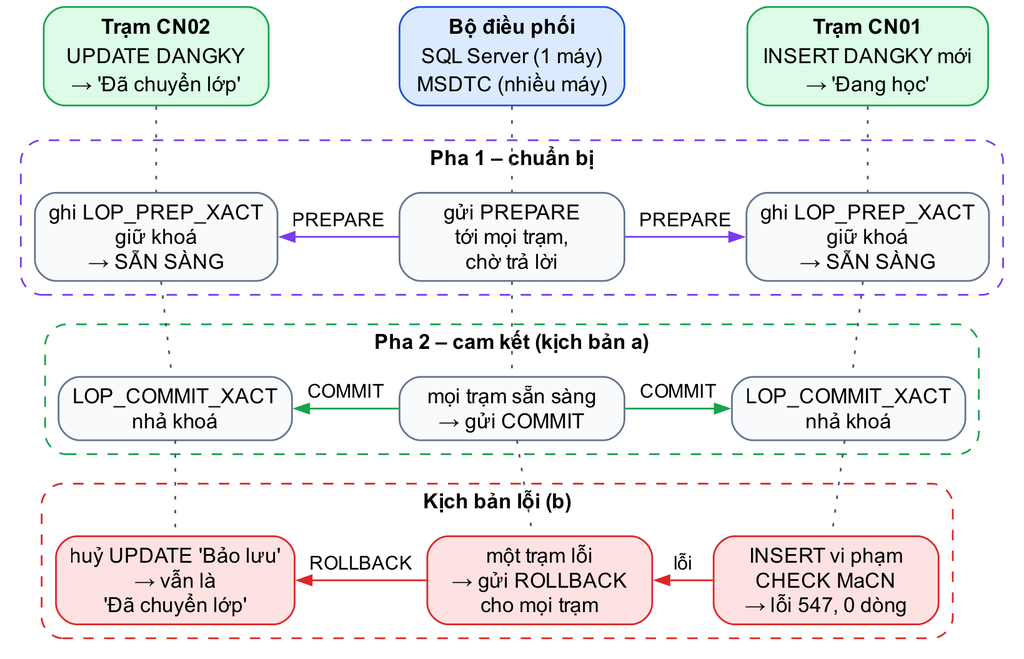
This is report/images/ch5/hai-pha.png from nhutruong-uit/ecms, a Graphviz export, as it was before one commit. Its source is kept beside it as report/images/ch5/hai-pha.dot.
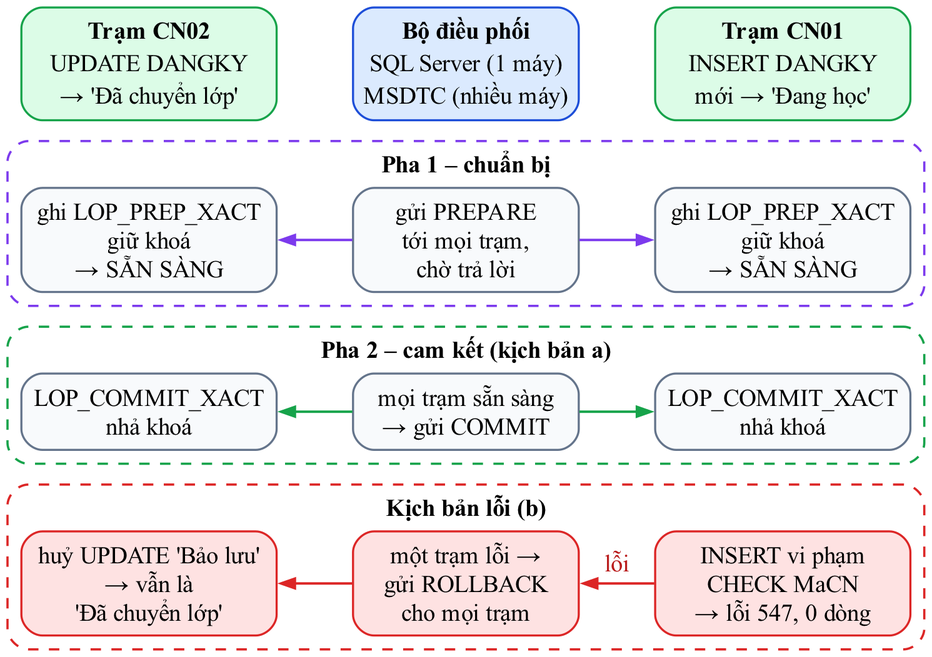
After the commit.

The edit, as a diff of the source:
```diff
@@ -1,38 +1,41 @@
 digraph HaiPha {
-  rankdir=TB; nodesep=0.25; ranksep=0.3; fontname="Arial"; bgcolor="white"; newrank=true;
-  node [fontname="Arial", fontsize=12, shape=box, style="rounded,filled", color="#64748b", fillcolor="#f8fafc", width=1.8];
-  edge [fontname="Arial", fontsize=11, color="#475569", arrowsize=0.8];
+  graph [splines=line, pad=0.06, bgcolor="white"];
+  node  [fontname="Times New Roman,", fontsize=14, shape=box, style="rounded,filled", color="#64748b", fillcolor="#f8fafc",
+         fixedsize=true, width=2.0417, height=0.8333, penwidth=1.2];
+  edge  [color="#475569", arrowsize=0.8, penwidth=1.4];
 
-  H2 [label=<<TABLE BORDER="0" CELLBORDER="0" CELLSPACING="0"><TR><TD CELLPADDING="1"><B>Trạm CN02</B></TD></TR><TR><TD CELLPADDING="1">UPDATE DANGKY</TD></TR><TR><TD CELLPADDING="1">→ 'Đã chuyển lớp'</TD></TR></TABLE>>, fillcolor="#dcfce7", color="#16a34a"];
-  H1 [label=<<TABLE BORDER="0" CELLBORDER="0" CELLSPACING="0"><TR><TD CELLPADDING="1"><B>Bộ điều phối</B></TD></TR><TR><TD CELLPADDING="1">SQL Server (1 máy)</TD></TR><TR><TD CELLPADDING="1">MSDTC (nhiều máy)</TD></TR></TABLE>>, fillcolor="#dbeafe", color="#1d4ed8"];
-  H3 [label=<<TABLE BORDER="0" CELLBORDER="0" CELLSPACING="0"><TR><TD CELLPADDING="1"><B>Trạm CN01</B></TD></TR><TR><TD CELLPADDING="1">INSERT DANGKY mới</TD></TR><TR><TD CELLPADDING="1">→ 'Đang học'</TD></TR></TABLE>>, fillcolor="#dcfce7", color="#16a34a"];
-  { rank=same; H2; H1; H3; }
+  k1 [pos="264,245.5!", width=7.3333, height=1.3194, label="", style="rounded,dashed", color="#7c3aed", penwidth=1.3];
+  k2 [pos="264,146.5!", width=7.3333, height=1.0972, label="", style="rounded,dashed", color="#16a34a", penwidth=1.3];
+  k3 [pos="264,47.5!",  width=7.3333, height=1.3194, label="", style="rounded,dashed", color="#dc2626", penwidth=1.3];
+  node [shape=plaintext, style="", width=0.1, height=0.1, fixedsize=false, margin=0];
+  t1 [pos="264,279!", label=<<B>Pha 1 – chuẩn bị</B>>];
+  t2 [pos="264,172!", label=<<B>Pha 2 – cam kết (kịch bản a)</B>>];
+  t3 [pos="264,81!",  label=<<B>Kịch bản lỗi (b)</B>>];
 
-  subgraph cluster_p1 {
-    label=<<B>Pha 1 – chuẩn bị</B>>; fontsize=12; style="rounded,dashed"; color="#7c3aed";
-    P2 [label="ghi LOP_PREP_XACT\ngiữ khoá\n→ SẴN SÀNG"];
-    P1 [label="gửi PREPARE\ntới mọi trạm,\nchờ trả lời"];
-    P3 [label="ghi LOP_PREP_XACT\ngiữ khoá\n→ SẴN SÀNG"];
-    { rank=same; P2; P1; P3; }
-  }
-  subgraph cluster_p2 {
-    label=<<B>Pha 2 – cam kết (kịch bản a)</B>>; fontsize=12; style="rounded,dashed"; color="#16a34a";
-    C2 [label="LOP_COMMIT_XACT\nnhả khoá"];
-    C1 [label="mọi trạm sẵn sàng\n→ gửi COMMIT"];
-    C3 [label="LOP_COMMIT_XACT\nnhả khoá"];
-    { rank=same; C2; C1; C3; }
-  }
-  subgraph cluster_p3 {
-    label=<<B>Kịch bản lỗi (b)</B>>; fontsize=12; style="rounded,dashed"; color="#dc2626";
-    R2 [label="huỷ UPDATE 'Bảo lưu'\n→ vẫn là\n'Đã chuyển lớp'", fillcolor="#fee2e2", color="#dc2626"];
-    R1 [label="một trạm lỗi\n→ gửi ROLLBACK\ncho mọi trạm", fillcolor="#fee2e2", color="#dc2626"];
-    R3 [label="INSERT vi phạm\nCHECK MaCN\n→ lỗi 547, 0 dòng", fillcolor="#fee2e2", color="#dc2626"];
-    { rank=same; R2; R1; R3; }
-  }
-  H2 -> P2 -> C2 -> R2 [style=dotted, arrowhead=none];
-  H1 -> P1 -> C1 -> R1 [style=dotted, arrowhead=none];
-  H3 -> P3 -> C3 -> R3 [style=dotted, arrowhead=none];
-  P1 -> P2 [constraint=false, color="#7c3aed", label="PREPARE"]; P1 -> P3 [constraint=false, color="#7c3aed", label="PREPARE"];
-  C1 -> C2 [constraint=false, color="#16a34a", label="COMMIT"];   C1 -> C3 [constraint=false, color="#16a34a", label="COMMIT"];
-  R3 -> R1 [constraint=false, color="#dc2626", label="lỗi"];      R1 -> R2 [constraint=false, color="#dc2626", label="ROLLBACK"];
+  m6 [pos="351,50!", label="lỗi", fontcolor="#b91c1c"];
+
+  node [shape=box, style="rounded,filled", fixedsize=true, width=2.0417, height=0.8333, margin=0];
+  H2 [pos="81.5,337.5!", height=0.9028, fillcolor="#dcfce7", color="#16a34a", label=<<TABLE BORDER="0" CELLBORDER="0" CELLSPACING="0" CELLPADDING="1">
+    <TR><TD><B>Trạm CN02</B></TD></TR><TR><TD>UPDATE DANGKY</TD></TR><TR><TD>→ 'Đã chuyển lớp'</TD></TR></TABLE>>];
+  H1 [pos="264,337.5!", height=0.9028, width=1.8056, fillcolor="#dbeafe", color="#1d4ed8", label=<<TABLE BORDER="0" CELLBORDER="0" CELLSPACING="0" CELLPADDING="1">
+    <TR><TD><B>Bộ điều phối</B></TD></TR><TR><TD>SQL Server (1 máy)</TD></TR><TR><TD>MSDTC (nhiều máy)</TD></TR></TABLE>>];
+  H3 [pos="446.5,337.5!", height=0.9028, fillcolor="#dcfce7", color="#16a34a", label=<<TABLE BORDER="0" CELLBORDER="0" CELLSPACING="0" CELLPADDING="1">
+    <TR><TD><B>Trạm CN01</B></TD></TR><TR><TD>INSERT DANGKY</TD></TR><TR><TD>mới → 'Đang học'</TD></TR></TABLE>>];
+
+  P2 [pos="81.5,236!",  label="ghi LOP_PREP_XACT\ngiữ khoá\n→ SẴN SÀNG"];
+  P1 [pos="264,236!", label="gửi PREPARE\ntới mọi trạm,\nchờ trả lời", width=1.8056];
+  P3 [pos="446.5,236!", label="ghi LOP_PREP_XACT\ngiữ khoá\n→ SẴN SÀNG"];
+
+  C2 [pos="81.5,137!",  label="LOP_COMMIT_XACT\nnhả khoá", height=0.6111];
+  C1 [pos="264,137!", label="mọi trạm sẵn sàng\n→ gửi COMMIT", height=0.6111, width=1.8056];
+  C3 [pos="446.5,137!", label="LOP_COMMIT_XACT\nnhả khoá", height=0.6111];
+
+  node [fillcolor="#fee2e2", color="#dc2626"];
+  R2 [pos="81.5,38!",  label="huỷ UPDATE 'Bảo lưu'\n→ vẫn là\n'Đã chuyển lớp'"];
+  R1 [pos="264,38!", label="một trạm lỗi →\ngửi ROLLBACK\ncho mọi trạm", width=1.8056];
+  R3 [pos="446.5,38!", label="INSERT vi phạm\nCHECK MaCN\n→ lỗi 547, 0 dòng"];
+
+  P1 -> P2 [color="#7c3aed"]; P1 -> P3 [color="#7c3aed"];
+  C1 -> C2 [color="#16a34a"]; C1 -> C3 [color="#16a34a"];
+  R3 -> R1 [color="#dc2626"]; R1 -> R2 [color="#dc2626"];
 }
```
